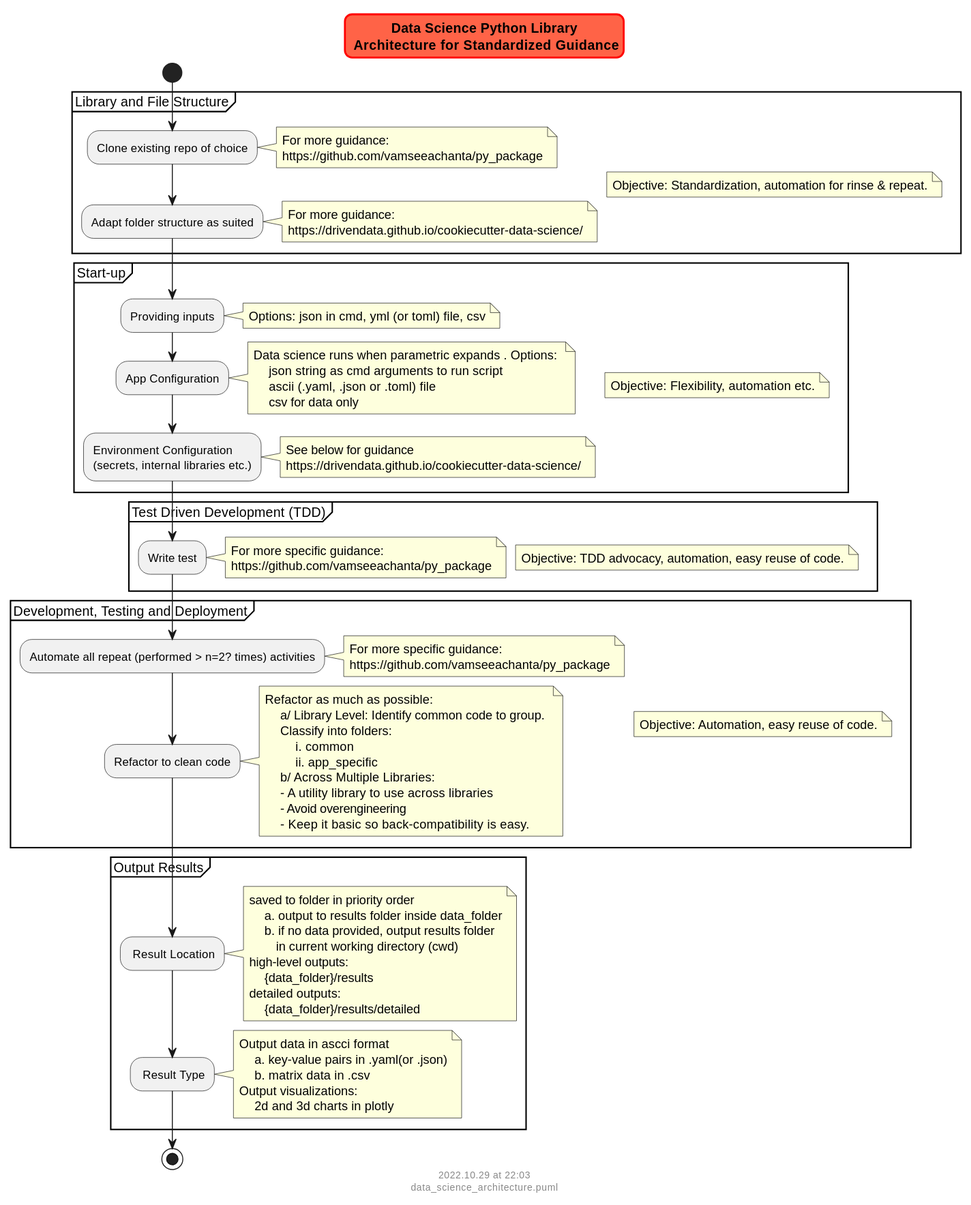
Above: docs/data_science_architecture.svg in vamseeachanta/py_package (PlantUML), before the change. Its diagram source:
```plantuml
@startuml data_science_architecture
skinparam titleBorderRoundCorner 15
skinparam titleBorderThickness 2
skinparam titleBorderColor red
skinparam titleBackgroundColor Tomato

title Data Science Python Library\n Architecture for Standardized Guidance

start

    partition "Library and File Structure" {

        note right
            Objective: Standardization, automation for rinse & repeat.
        end note

        :Clone existing repo of choice;
            note right
                For more guidance:
                https://github.com/vamseeachanta/py_package
            end note
        :Adapt folder structure as suited;
            note right
                For more guidance:
                https://drivendata.github.io/cookiecutter-data-science/
            end note
    }

    partition "Start-up" {

        note right
            Objective: Flexibility, automation etc.
        end note

        :Providing inputs;
            note right
                Options: json in cmd, yml (or toml) file, csv
            end note

        :App Configuration;
            note right
                Data science runs when parametric expands . Options:
                    json string as cmd arguments to run script
                    ascii (.yaml, .json or .toml) file
                    csv for data only
            end note

        :Environment Configuration
        (secrets, internal libraries etc.);
            note right
                See below for guidance
                https://drivendata.github.io/cookiecutter-data-science/
            end note

    }

    partition "Test Driven Development (TDD)" {
        note right
            Objective: TDD advocacy, automation, easy reuse of code.
        end note

    :Write test;
        note right
            For more specific guidance:
            https://github.com/vamseeachanta/py_package
        end note
    }

    partition "Development, Testing and Deployment" {
        note right
            Objective: Automation, easy reuse of code.
        end note

    :Automate all repeat (performed > n=2? times) activities;
        note right
            For more specific guidance:
            https://github.com/vamseeachanta/py_package
        end note


    :Refactor to clean code;
        note right
            Refactor as much as possible:
                a/ Library Level: Identify common code to group.
                Classify into folders:
                    i. common
                    ii. app_specific
                b/ Across Multiple Libraries:
                - A utility library to use across libraries
                - Avoid overengineering
                - Keep it basic so back-compatibility is easy.
        end note
    }

    partition "Output Results" {
    : Result Location;
        note right
            saved to folder in priority order
                a. output to results folder inside data_folder
                b. if no data provided, output results folder
                   in current working directory (cwd)
            high-level outputs:
                {data_folder}/results
            detailed outputs:
                {data_folder}/results/detailed
        end note
    : Result Type;
        note right
            Output data in ascci format
                a. key-value pairs in .yaml(or .json)
                b. matrix data in .csv
            Output visualizations:
                2d and 3d charts in plotly
        end note
    }

stop

footer
%date("yyyy.MM.dd' at 'HH:mm")
%filename()
end footer

@enduml
```
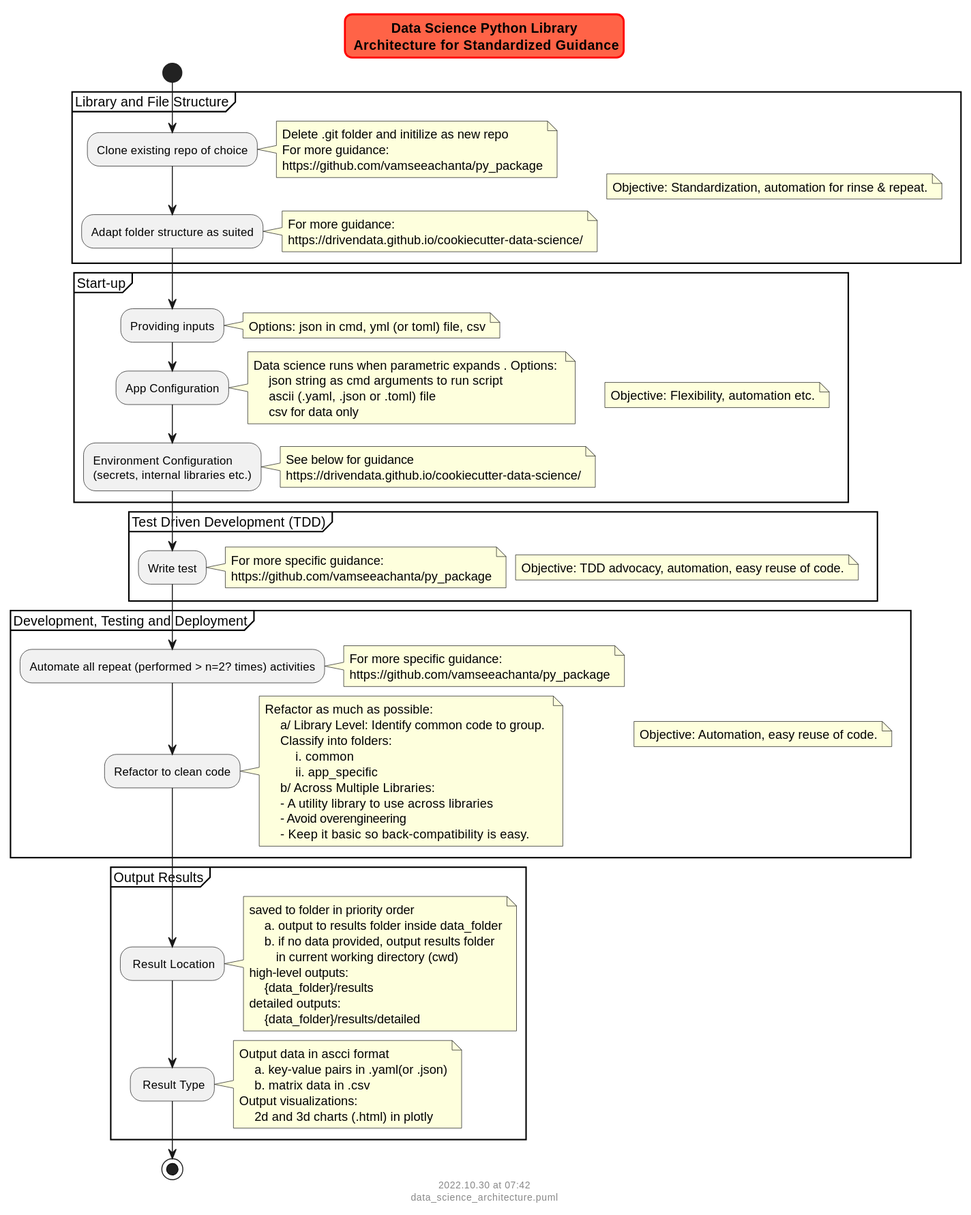
The same diagram one commit later.

Diff of the diagram source:
```diff
@@ -16,6 +16,7 @@
 
         :Clone existing repo of choice;
             note right
+                Delete .git folder and initilize as new repo
                 For more guidance:
                 https://github.com/vamseeachanta/py_package
             end note
@@ -110,7 +111,7 @@
                 a. key-value pairs in .yaml(or .json)
                 b. matrix data in .csv
             Output visualizations:
-                2d and 3d charts in plotly
+                2d and 3d charts (.html) in plotly
         end note
     }
 
```
